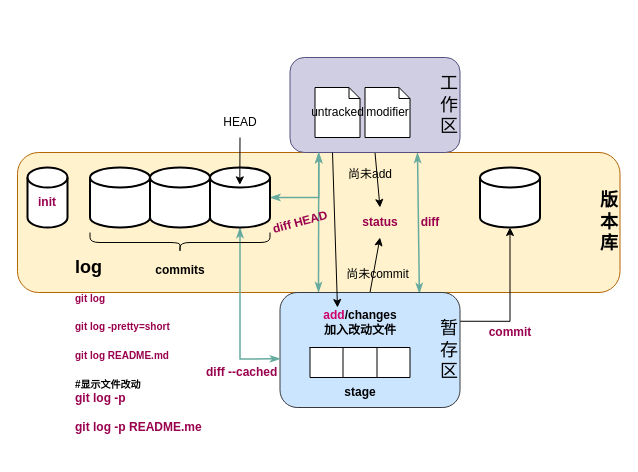
Earlier version of the draw.io diagram git.drawio (buyouS/draw). Source tidied: cells renumbered, new cells numbered last; positions are measured from the earlier drawing's top-left corner, leaving out a move shared by most shapes. Both pictures are drawn from the tidied source at 100%, with x=0, y=0 at pixel (17, 57).
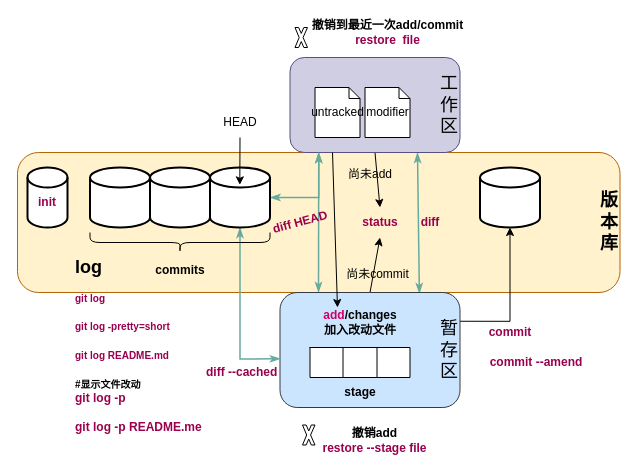
Above is the later version.

Diff of the diagram source:
```diff
@@
+    <mxCell id="41" value="&lt;b style=&quot;color: rgb(0 , 0 , 0)&quot;&gt;撤销add&lt;/b&gt;&lt;br&gt;&lt;b&gt;restore --stage file&lt;/b&gt;" style="text;html=1;strokeColor=none;fillColor=none;align=center;verticalAlign=middle;whiteSpace=wrap;rounded=0;fontColor=#99004D;" parent="1" vertex="1">
+      <mxGeometry x="244" y="367.5" width="227" height="30" as="geometry" />
+    </mxCell>
@@
+    <mxCell id="42" value="&lt;b&gt;&lt;font color=&quot;#99004d&quot;&gt;commit --amend&lt;/font&gt;&lt;/b&gt;" style="text;html=1;strokeColor=none;fillColor=none;align=center;verticalAlign=middle;whiteSpace=wrap;rounded=0;fontSize=12;fontColor=#000000;" parent="1" vertex="1">
+      <mxGeometry x="450" y="290" width="137.5" height="30" as="geometry" />
+    </mxCell>
+    <mxCell id="43" style="verticalLabelPosition=bottom;verticalAlign=top;html=1;shape=mxgraph.basic.x;fontColor=#99004D;" parent="1" vertex="1">
+      <mxGeometry x="277.5" y="-30" width="12.5" height="20" as="geometry" />
+    </mxCell>
+    <mxCell id="44" style="verticalLabelPosition=bottom;verticalAlign=top;html=1;shape=mxgraph.basic.x;fontColor=#99004D;" parent="1" vertex="1">
+      <mxGeometry x="285" y="367.5" width="12.5" height="20" as="geometry" />
+    </mxCell>
+    <mxCell id="45" value="&lt;b&gt;&lt;font color=&quot;#000000&quot;&gt;撤销到最近一次add/commit&lt;/font&gt;&lt;br&gt;restore&amp;nbsp; file&lt;br&gt;&lt;/b&gt;" style="text;html=1;strokeColor=none;fillColor=none;align=center;verticalAlign=middle;whiteSpace=wrap;rounded=0;fontColor=#99004D;" parent="1" vertex="1">
+      <mxGeometry x="256.5" y="-40" width="227" height="30" as="geometry" />
+    </mxCell>
```
